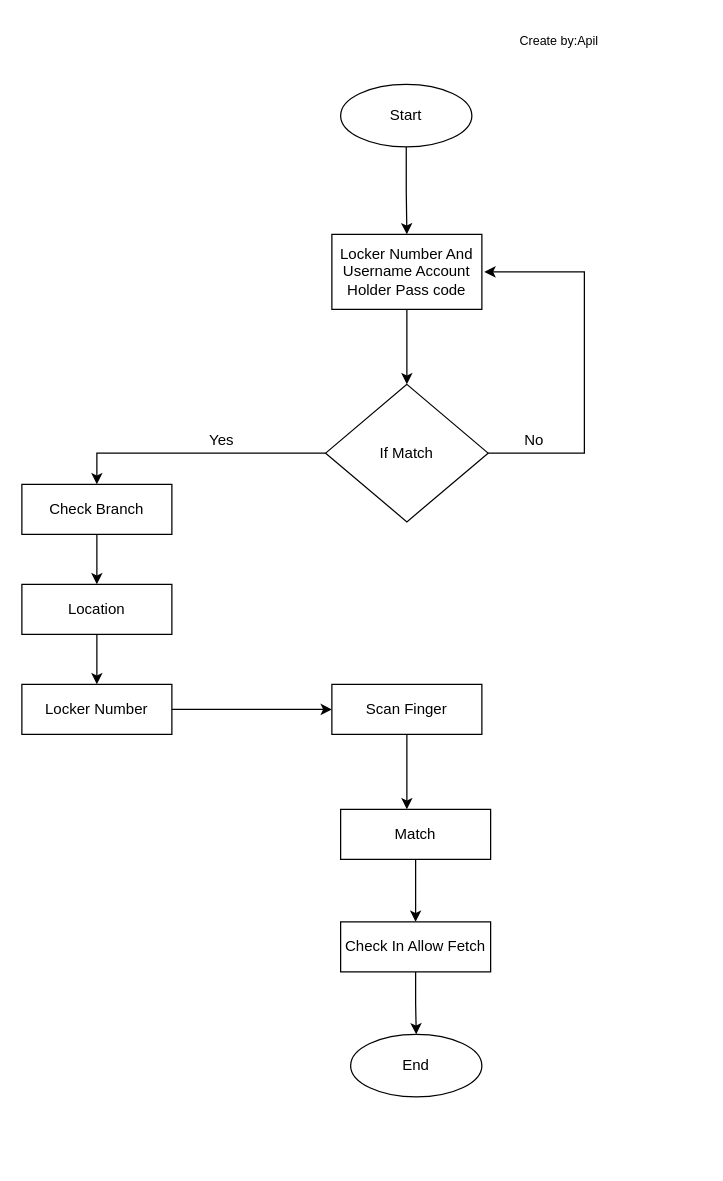
Earlier version of the draw.io diagram FLowChart/CheckIn_FLowChart.drawio (ApilLamsal/My-Work-For-Draw.io). Source tidied: cells renumbered, new cells numbered last; positions are measured from the earlier drawing's top-left corner, leaving out a move shared by most shapes. Both pictures are drawn from the tidied source at 125%, with x=0, y=0 at pixel (21, 21).
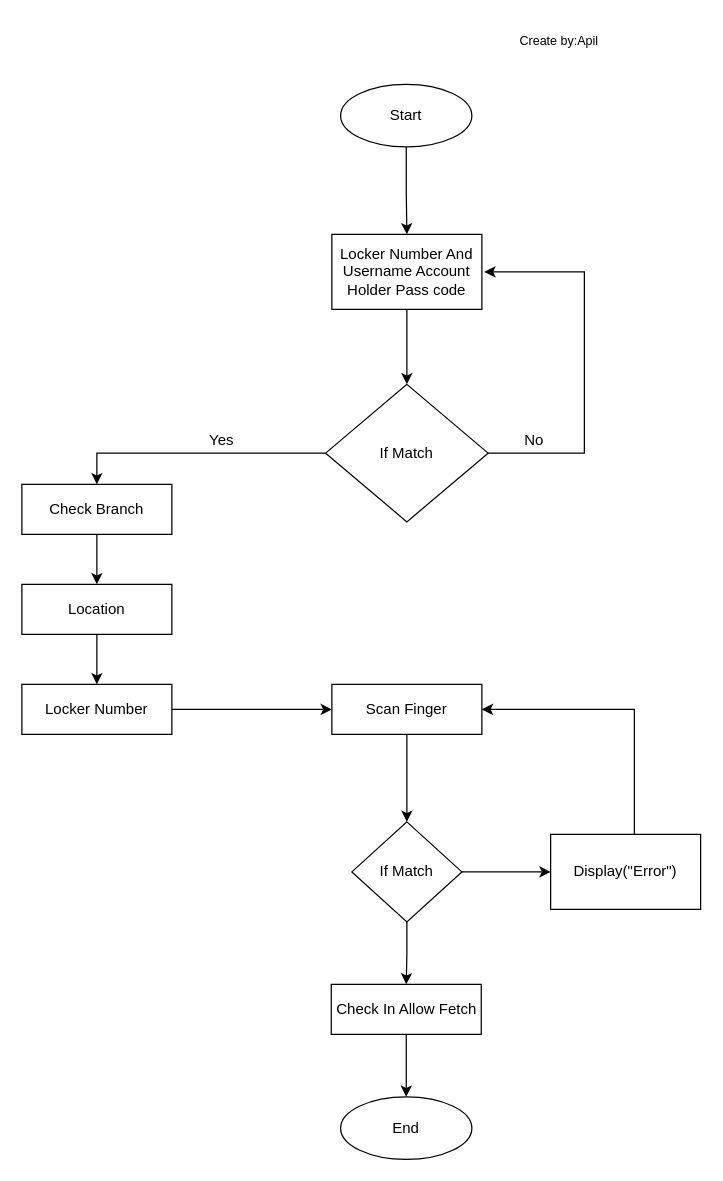
The same page after the edit.

Unchanged cells that the change refers to:
```xml
<mxCell id="16" value="Scan Finger" style="rounded=0;whiteSpace=wrap;html=1;" parent="1" vertex="1">
  <mxGeometry x="248" y="530" width="120" height="40" as="geometry" />
</mxCell>
```

What changed in the source:
```diff
@@
-    <mxCell id="15" style="edgeStyle=orthogonalEdgeStyle;rounded=0;jettySize=auto;html=1;" parent="1" edge="1" source="16">
-      <mxGeometry relative="1" as="geometry">
-        <mxPoint x="308" y="630" as="targetPoint" />
-      </mxGeometry>
-    </mxCell>
+    <mxCell id="25" style="edgeStyle=orthogonalEdgeStyle;rounded=0;jettySize=auto;html=1;" parent="1" edge="1" source="16" target="28">
+      <mxGeometry relative="1" as="geometry" />
+    </mxCell>
@@
-    <mxCell id="17" style="edgeStyle=orthogonalEdgeStyle;rounded=0;jettySize=auto;html=1;" parent="1" edge="1" source="18" target="20">
-      <mxGeometry relative="1" as="geometry" />
-    </mxCell>
-    <mxCell id="18" value="Match" style="rounded=0;whiteSpace=wrap;html=1;" parent="1" vertex="1">
-      <mxGeometry x="255" y="630" width="120" height="40" as="geometry" />
-    </mxCell>
@@
     <mxCell id="20" value="Check In Allow Fetch" style="rounded=0;whiteSpace=wrap;html=1;" parent="1" vertex="1">
-      <mxGeometry x="255" y="720" width="120" height="40" as="geometry" />
+      <mxGeometry x="247.5" y="770" width="120" height="40" as="geometry" />
     </mxCell>
     <mxCell id="21" value="End" style="ellipse;whiteSpace=wrap;html=1;" parent="1" vertex="1">
-      <mxGeometry x="263" y="810" width="105" height="50" as="geometry" />
+      <mxGeometry x="255" y="860" width="105" height="50" as="geometry" />
     </mxCell>
@@
+    <mxCell id="26" style="edgeStyle=orthogonalEdgeStyle;rounded=0;jettySize=auto;html=1;" parent="1" edge="1" source="28" target="30">
+      <mxGeometry relative="1" as="geometry" />
+    </mxCell>
+    <mxCell id="27" style="edgeStyle=orthogonalEdgeStyle;rounded=0;jettySize=auto;html=1;entryX=0.5;entryY=0;entryDx=0;entryDy=0;" parent="1" edge="1" source="28" target="20">
+      <mxGeometry relative="1" as="geometry" />
+    </mxCell>
+    <mxCell id="28" value="If Match" style="rhombus;whiteSpace=wrap;html=1;" parent="1" vertex="1">
+      <mxGeometry x="264" y="640" width="88" height="80" as="geometry" />
+    </mxCell>
+    <mxCell id="29" style="edgeStyle=orthogonalEdgeStyle;rounded=0;jettySize=auto;html=1;entryX=1;entryY=0.5;entryDx=0;entryDy=0;" parent="1" edge="1" source="30" target="16">
+      <mxGeometry relative="1" as="geometry">
+        <Array as="points">
+          <mxPoint x="490" y="550" />
+        </Array>
+      </mxGeometry>
+    </mxCell>
+    <mxCell id="30" value="Display(&quot;Error&quot;)" style="whiteSpace=wrap;html=1;" parent="1" vertex="1">
+      <mxGeometry x="423" y="650" width="120" height="60" as="geometry" />
+    </mxCell>
```
